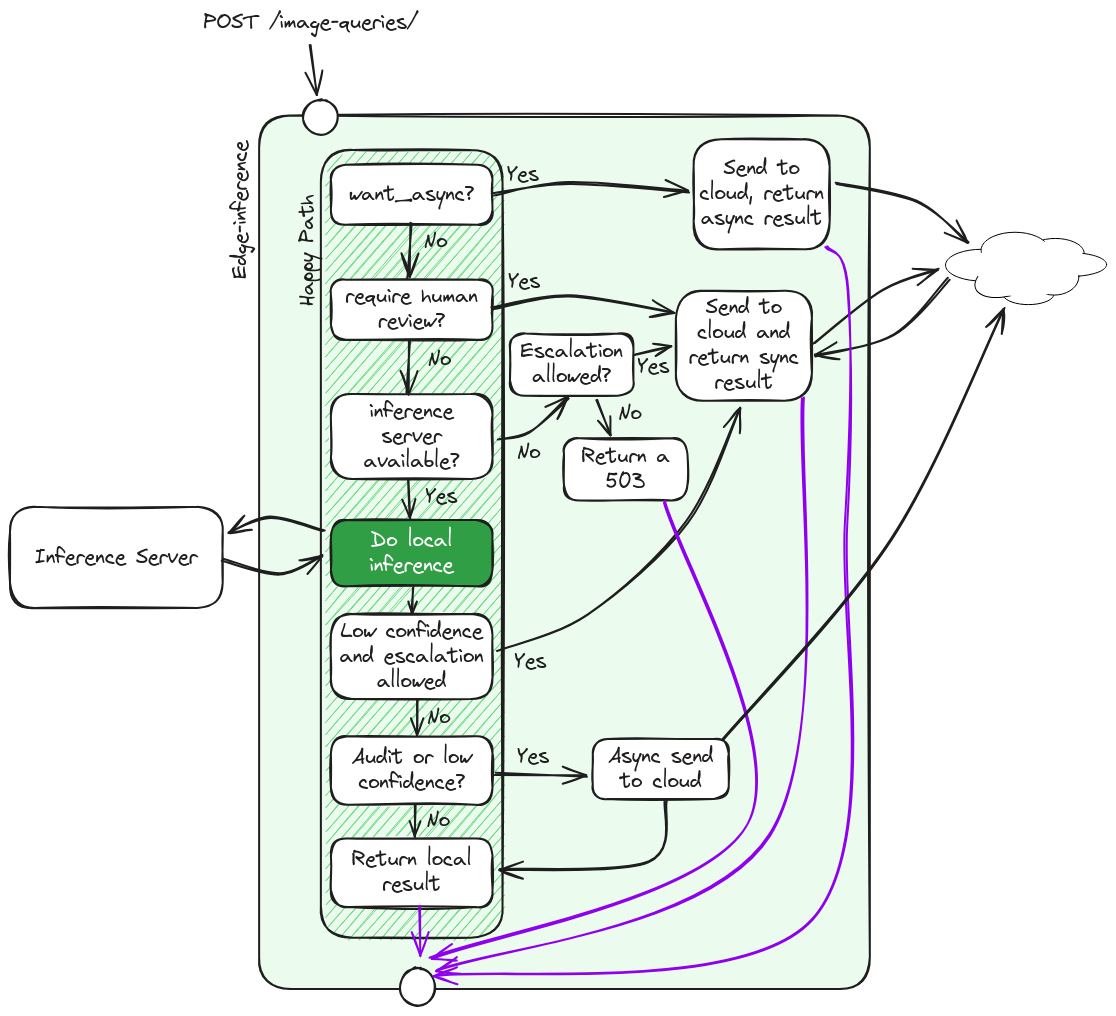
Before: images/edge-endpoint-inference-flow.excalidraw.png, a diagram exported from Excalidraw (groundlight/edge-endpoint). Source tidied: one line per element, renumbered; positions are measured from the earlier drawing's top-left corner, leaving out a move shared by most shapes.
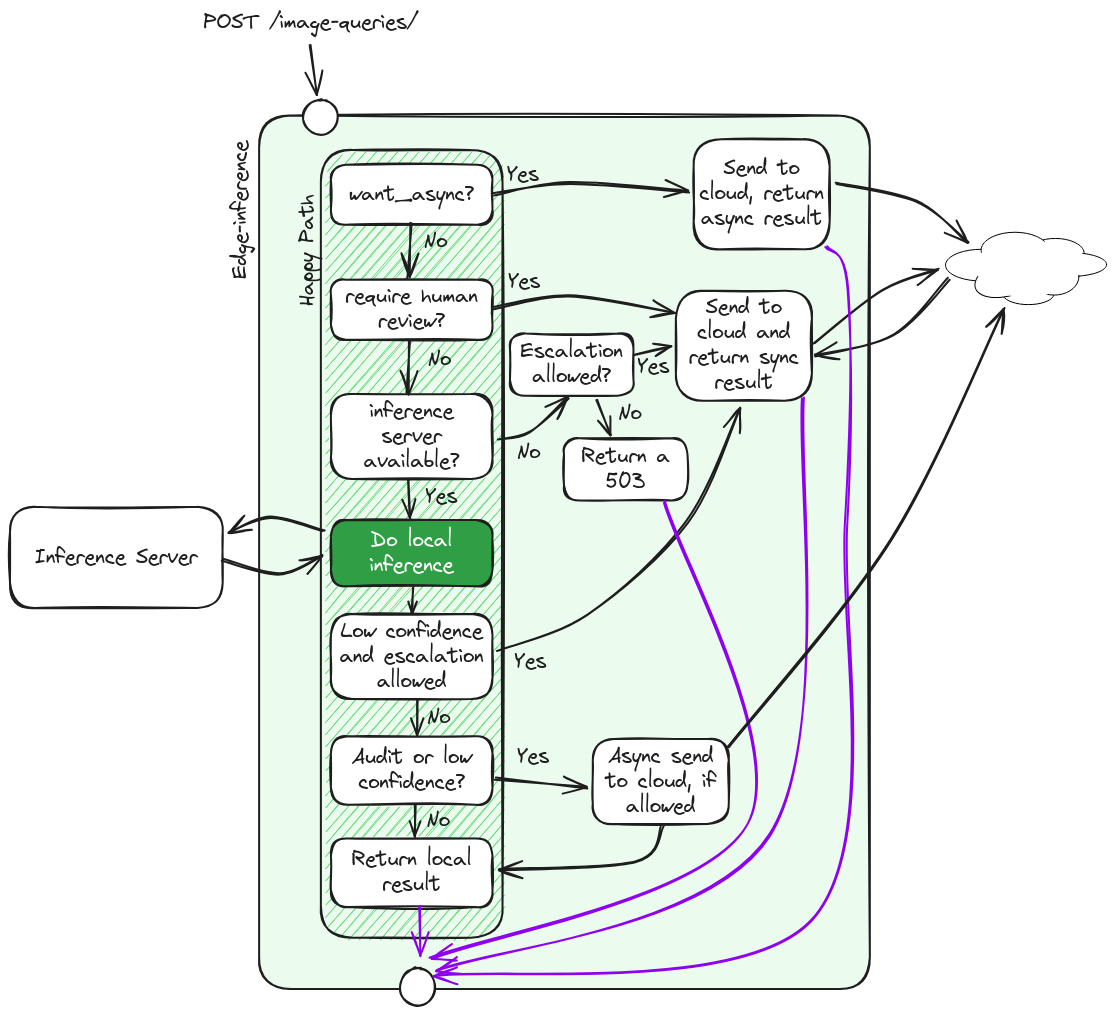
After the commit.

Commit message:
Update diagram based on PR feedback

Diff of the diagram source:
```diff
@@ -49,12 +49,12 @@
 {"id": 48, "type": "text", "text": "Send to\ncloud, return\nasync result", "strokeColor": "#1e1e1e", "strokeWidth": 2, "roughness": 1, "fontSize": 20, "fontFamily": 1, "textAlign": "center", "verticalAlign": "middle", "inside": 47, "x": 689, "y": 147, "width": 124, "height": 75}
 {"id": 49, "type": "rectangle", "strokeColor": "#1e1e1e", "backgroundColor": "#fff", "fillStyle": "solid", "strokeWidth": 2, "roughness": 1, "round": true, "x": 666, "y": 281, "width": 136, "height": 110}
 {"id": 50, "type": "text", "text": "Send to\ncloud and\nreturn sync\nresult", "strokeColor": "#1e1e1e", "strokeWidth": 2, "roughness": 1, "fontSize": 20, "fontFamily": 1, "textAlign": "center", "verticalAlign": "middle", "inside": 49, "x": 679, "y": 286, "width": 110, "height": 100}
-{"id": 51, "type": "rectangle", "strokeColor": "#1e1e1e", "backgroundColor": "#fff", "fillStyle": "solid", "strokeWidth": 2, "roughness": 1, "round": true, "x": 583, "y": 729, "width": 136, "height": 60}
+{"id": 51, "type": "rectangle", "strokeColor": "#1e1e1e", "backgroundColor": "#fff", "fillStyle": "solid", "strokeWidth": 2, "roughness": 1, "round": true, "x": 583, "y": 729, "width": 136, "height": 85}
-{"id": 52, "type": "text", "text": "Async send\nto cloud", "strokeColor": "#1e1e1e", "strokeWidth": 2, "roughness": 1, "fontSize": 20, "fontFamily": 1, "textAlign": "center", "verticalAlign": "middle", "inside": 51, "x": 598, "y": 734, "width": 105, "height": 50}
+{"id": 52, "type": "text", "text": "Async send\nto cloud, if\nallowed", "strokeColor": "#1e1e1e", "strokeWidth": 2, "roughness": 1, "fontSize": 20, "fontFamily": 1, "textAlign": "center", "verticalAlign": "middle", "inside": 51, "x": 595, "y": 734, "width": 111, "height": 75}
 {"id": 53, "type": "arrow", "strokeColor": "#1e1e1e", "strokeWidth": 2, "roughness": 1, "endArrowhead": "arrow", "round": true, "from": 47, "to": 13, "x": 825, "y": 174, "width": 134, "height": 59, "points": [[0, 0], [82, 17], [134, 59]]}
 {"id": 54, "type": "arrow", "strokeColor": "#1e1e1e", "strokeWidth": 2, "roughness": 1, "endArrowhead": "arrow", "round": true, "from": 49, "to": 3, "x": 804, "y": 333, "width": 126, "height": 74, "points": [[0, 0], [69, -52], [126, -74]]}
 {"id": 55, "type": "arrow", "strokeColor": "#1e1e1e", "strokeWidth": 2, "roughness": 1, "endArrowhead": "arrow", "round": true, "from": 3, "to": 49, "x": 938, "y": 269, "width": 134, "height": 77, "points": [[0, 0], [-55, 56], [-134, 77]]}
-{"id": 56, "type": "arrow", "strokeColor": "#1e1e1e", "strokeWidth": 2, "roughness": 1, "endArrowhead": "arrow", "round": true, "from": 20, "to": 49, "x": 483, "y": 298, "width": 180, "height": 17, "points": [[0, 0], [78, -12], [180, 4]]}
+{"id": 56, "type": "arrow", "strokeColor": "#1e1e1e", "strokeWidth": 2, "roughness": 1, "endArrowhead": "arrow", "round": true, "from": 20, "to": 49, "x": 483, "y": 298, "width": 180, "height": 17, "points": [[0, 0], [77, -12], [180, 4]]}
 {"id": 57, "type": "arrow", "strokeColor": "#1e1e1e", "strokeWidth": 2, "roughness": 1, "endArrowhead": "arrow", "round": true, "from": 30, "to": 49, "x": 488, "y": 640, "width": 242, "height": 241, "points": [[0, 0], [91, -35], [189, -128], [242, -241]]}
 {"id": 58, "type": "arrow", "strokeColor": "#1e1e1e", "strokeWidth": 2, "roughness": 1, "endArrowhead": "arrow", "round": true, "from": 22, "to": 65, "x": 488, "y": 428, "width": 70, "height": 40, "points": [[0, 0], [33, -7], [70, -40]]}
 {"id": 59, "type": "arrow", "strokeColor": "#1e1e1e", "backgroundColor": "#fff", "fillStyle": "solid", "strokeWidth": 2, "roughness": 1, "endArrowhead": "arrow", "round": true, "to": 20, "x": 401, "y": 213, "width": 3, "height": 54, "points": [[0, 0], [-3, 54]]}
@@ -70,13 +70,13 @@
 {"id": 69, "type": "arrow", "strokeColor": "#1e1e1e", "backgroundColor": "#ffffff", "fillStyle": "solid", "strokeWidth": 2, "roughness": 1, "endArrowhead": "arrow", "round": true, "from": 65, "to": 49, "x": 625, "y": 345, "width": 36, "height": 8, "points": [[0, 0], [36, -8]]}
 {"id": 70, "type": "arrow", "strokeColor": "#1e1e1e", "backgroundColor": "#ffffff", "fillStyle": "solid", "strokeWidth": 2, "roughness": 1, "endArrowhead": "arrow", "round": true, "from": 65, "to": 67, "x": 587, "y": 390, "width": 14, "height": 36, "points": [[0, 0], [14, 36]]}
 {"id": 71, "type": "arrow", "strokeColor": "#1e1e1e", "backgroundColor": "#ffffff", "fillStyle": "solid", "strokeWidth": 2, "roughness": 1, "endArrowhead": "arrow", "round": true, "from": 24, "to": 30, "x": 403, "y": 578, "width": 1, "height": 25, "points": [[0, 0], [-1, 25]]}
-{"id": 72, "type": "arrow", "strokeColor": "#1e1e1e", "backgroundColor": "#ffffff", "fillStyle": "solid", "strokeWidth": 2, "roughness": 1, "endArrowhead": "arrow", "round": true, "from": 26, "to": 51, "x": 485, "y": 764, "width": 91, "height": 2, "points": [[0, 0], [91, 2]]}
+{"id": 72, "type": "arrow", "strokeColor": "#1e1e1e", "backgroundColor": "#ffffff", "fillStyle": "solid", "strokeWidth": 2, "roughness": 1, "endArrowhead": "arrow", "round": true, "from": 26, "to": 51, "x": 485, "y": 768, "width": 92, "height": 9, "points": [[0, 0], [92, 9]]}
 {"id": 73, "type": "arrow", "strokeColor": "#1e1e1e", "backgroundColor": "#ffffff", "fillStyle": "solid", "strokeWidth": 2, "roughness": 1, "endArrowhead": "arrow", "round": true, "from": 26, "to": 28, "x": 405, "y": 795, "width": 0, "height": 32, "points": [[0, 0], [0, 32]]}
 {"id": 74, "type": "arrow", "strokeColor": "#9000f0", "backgroundColor": "#ffffff", "fillStyle": "solid", "strokeWidth": 2, "roughness": 1, "endArrowhead": "arrow", "round": true, "to": 63, "x": 409, "y": 897, "width": 1, "height": 49, "points": [[0, 0], [1, 49]]}
-{"id": 75, "type": "arrow", "strokeColor": "#1e1e1e", "backgroundColor": "#ffffff", "fillStyle": "solid", "strokeWidth": 2, "roughness": 1, "endArrowhead": "arrow", "round": true, "from": 51, "to": 28, "x": 655, "y": 790, "width": 166, "height": 69, "points": [[0, 0], [-17, 62], [-166, 69]]}
+{"id": 75, "type": "arrow", "strokeColor": "#1e1e1e", "backgroundColor": "#ffffff", "fillStyle": "solid", "strokeWidth": 2, "roughness": 1, "endArrowhead": "arrow", "round": true, "from": 51, "to": 28, "x": 652, "y": 815, "width": 164, "height": 44, "points": [[0, 0], [-27, 37], [-164, 44]]}
 {"id": 76, "type": "arrow", "strokeColor": "#9000f0", "backgroundColor": "#ffffff", "fillStyle": "solid", "strokeWidth": 2, "roughness": 1, "endArrowhead": "arrow", "round": true, "to": 63, "x": 816, "y": 237, "width": 413, "height": 729, "points": [[0, 0], [22, 44], [20, 278], [-14, 673], [-391, 729]]}
 {"id": 77, "type": "arrow", "strokeColor": "#9000f0", "backgroundColor": "#ffffff", "fillStyle": "solid", "strokeWidth": 2, "roughness": 1, "endArrowhead": "arrow", "round": true, "from": 67, "to": 63, "x": 654, "y": 492, "width": 318, "height": 456, "points": [[0, 0], [84, 321], [-233, 456]]}
 {"id": 78, "type": "arrow", "strokeColor": "#9000f0", "backgroundColor": "#ffffff", "fillStyle": "solid", "strokeWidth": 2, "roughness": 1, "endArrowhead": "arrow", "round": true, "from": 49, "to": 63, "x": 792, "y": 387, "width": 365, "height": 573, "points": [[0, 0], [-33, 438], [-365, 573]]}
-{"id": 79, "type": "arrow", "strokeColor": "#1e1e1e", "backgroundColor": "#ffffff", "fillStyle": "solid", "strokeWidth": 2, "roughness": 1, "endArrowhead": "arrow", "round": true, "from": 51, "to": 10, "x": 712, "y": 729, "width": 282, "height": 431, "points": [[0, 0], [168, -200], [282, -431]]}
+{"id": 79, "type": "arrow", "strokeColor": "#1e1e1e", "backgroundColor": "#ffffff", "fillStyle": "solid", "strokeWidth": 2, "roughness": 1, "endArrowhead": "arrow", "round": true, "from": 51, "to": 10, "x": 718, "y": 737, "width": 277, "height": 438, "points": [[0, 0], [163, -208], [277, -438]]}
 {"id": 80, "type": "arrow", "strokeColor": "#1e1e1e", "backgroundColor": "#ffffff", "fillStyle": "solid", "strokeWidth": 2, "roughness": 1, "endArrowhead": "arrow", "round": true, "from": 24, "to": 0, "x": 313, "y": 520, "width": 96, "height": 16, "points": [[0, 0], [-52, -13], [-96, 3]]}
 {"id": 81, "type": "arrow", "strokeColor": "#1e1e1e", "backgroundColor": "#ffffff", "fillStyle": "solid", "strokeWidth": 2, "roughness": 1, "endArrowhead": "arrow", "round": true, "to": 24, "x": 212, "y": 550, "width": 99, "height": 18, "points": [[0, 0], [57, 14], [99, -4]]}
```
